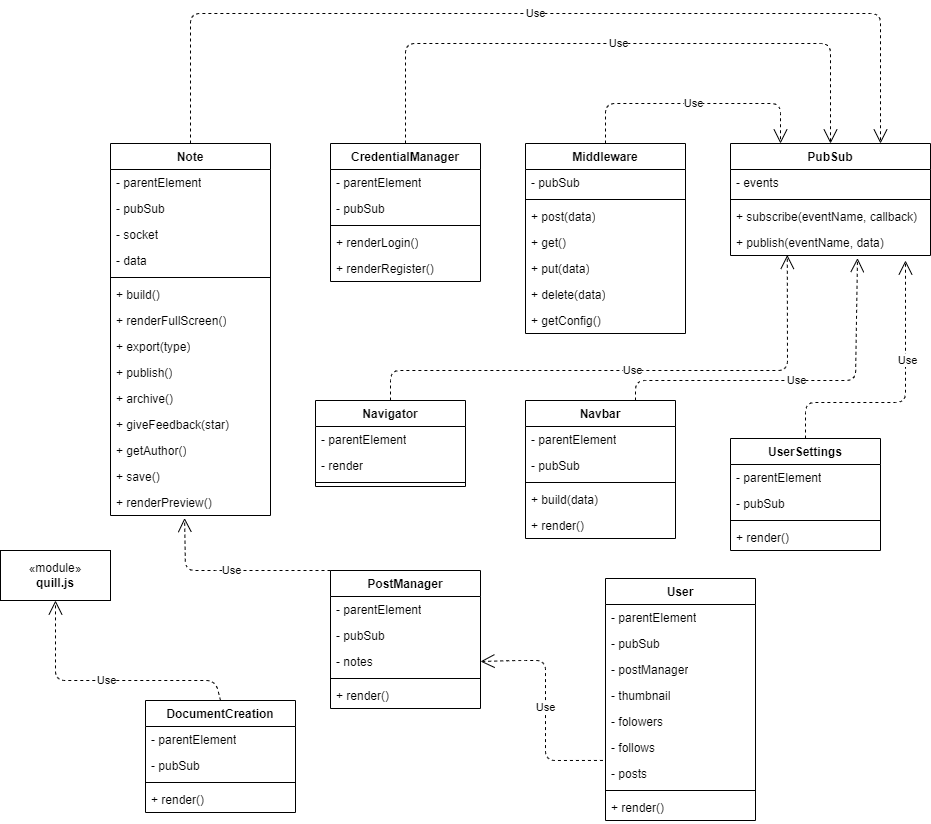
AngeloRipamonti/5C_RipamontiAvvedutoKotisCinquetti_PortaleAppunti keeps this draw.io diagram as assets/schemas/diagrams/SchemaOggetti.drawio.png. Above is the earlier version. Source tidied: cells renumbered, new cells last; positions are measured from the earlier drawing's top-left corner, leaving out a move shared by most shapes.
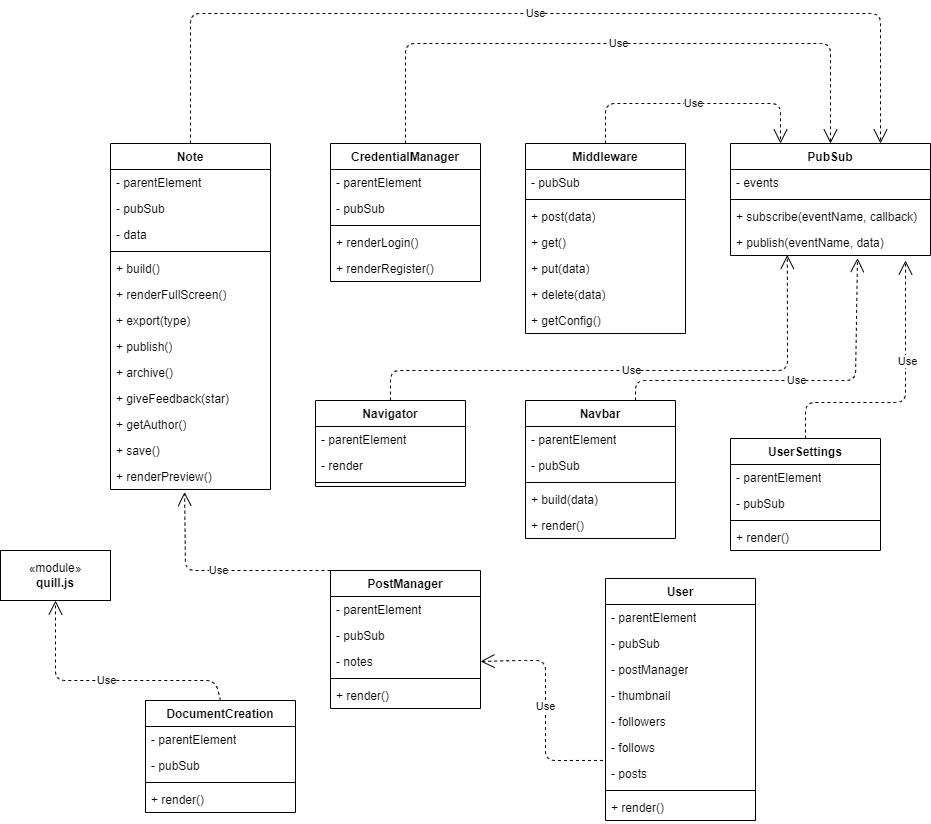
Above is the later version.

What changed in the source:
```diff
@@ -3,7 +3,7 @@
     <mxCell id="0" />
     <mxCell id="1" parent="0" />
     <mxCell id="2" value="Note" style="swimlane;fontStyle=1;align=center;verticalAlign=top;horizontal=1;startSize=26;whiteSpace=wrap;html=1;" parent="1" vertex="1">
-      <mxGeometry x="110" y="130" width="160" height="372" as="geometry" />
+      <mxGeometry x="110" y="130" width="160" height="346" as="geometry" />
     </mxCell>
     <mxCell id="3" value="- parentElement" style="text;strokeColor=none;fillColor=none;align=left;verticalAlign=top;spacingLeft=4;spacingRight=4;overflow=hidden;whiteSpace=wrap;html=1;" parent="2" vertex="1">
       <mxGeometry y="26" width="160" height="26" as="geometry" />
@@ -11,41 +11,38 @@
     <mxCell id="4" value="- pubSub" style="text;strokeColor=none;fillColor=none;align=left;verticalAlign=top;spacingLeft=4;spacingRight=4;overflow=hidden;whiteSpace=wrap;html=1;" parent="2" vertex="1">
       <mxGeometry y="52" width="160" height="26" as="geometry" />
     </mxCell>
-    <mxCell id="5" value="- socket" style="text;strokeColor=none;fillColor=none;align=left;verticalAlign=top;spacingLeft=4;spacingRight=4;overflow=hidden;whiteSpace=wrap;html=1;" parent="2" vertex="1">
-      <mxGeometry y="78" width="160" height="26" as="geometry" />
-    </mxCell>
     <mxCell id="6" value="- data" style="text;strokeColor=none;fillColor=none;align=left;verticalAlign=top;spacingLeft=4;spacingRight=4;overflow=hidden;whiteSpace=wrap;html=1;" parent="2" vertex="1">
-      <mxGeometry y="104" width="160" height="26" as="geometry" />
+      <mxGeometry y="78" width="160" height="26" as="geometry" />
     </mxCell>
     <mxCell id="7" style="line;strokeWidth=1;fillColor=none;align=left;verticalAlign=middle;spacingTop=-1;spacingLeft=3;spacingRight=3;labelPosition=right;strokeColor=inherit;" parent="2" vertex="1">
-      <mxGeometry y="130" width="160" height="8" as="geometry" />
+      <mxGeometry y="104" width="160" height="8" as="geometry" />
     </mxCell>
     <mxCell id="8" value="+ build()" style="text;strokeColor=none;fillColor=none;align=left;verticalAlign=top;spacingLeft=4;spacingRight=4;overflow=hidden;whiteSpace=wrap;html=1;" parent="2" vertex="1">
-      <mxGeometry y="138" width="160" height="26" as="geometry" />
+      <mxGeometry y="112" width="160" height="26" as="geometry" />
     </mxCell>
     <mxCell id="9" value="+ renderFullScreen()" style="text;strokeColor=none;fillColor=none;align=left;verticalAlign=top;spacingLeft=4;spacingRight=4;overflow=hidden;whiteSpace=wrap;html=1;" parent="2" vertex="1">
-      <mxGeometry y="164" width="160" height="26" as="geometry" />
+      <mxGeometry y="138" width="160" height="26" as="geometry" />
     </mxCell>
     <mxCell id="10" value="+ export(type)" style="text;strokeColor=none;fillColor=none;align=left;verticalAlign=top;spacingLeft=4;spacingRight=4;overflow=hidden;whiteSpace=wrap;html=1;" parent="2" vertex="1">
-      <mxGeometry y="190" width="160" height="26" as="geometry" />
+      <mxGeometry y="164" width="160" height="26" as="geometry" />
     </mxCell>
     <mxCell id="11" value="+ publish()" style="text;strokeColor=none;fillColor=none;align=left;verticalAlign=top;spacingLeft=4;spacingRight=4;overflow=hidden;whiteSpace=wrap;html=1;" parent="2" vertex="1">
-      <mxGeometry y="216" width="160" height="26" as="geometry" />
+      <mxGeometry y="190" width="160" height="26" as="geometry" />
     </mxCell>
     <mxCell id="12" value="+ archive()" style="text;strokeColor=none;fillColor=none;align=left;verticalAlign=top;spacingLeft=4;spacingRight=4;overflow=hidden;whiteSpace=wrap;html=1;" parent="2" vertex="1">
-      <mxGeometry y="242" width="160" height="26" as="geometry" />
+      <mxGeometry y="216" width="160" height="26" as="geometry" />
     </mxCell>
     <mxCell id="13" value="+ giveFeedback(star)" style="text;strokeColor=none;fillColor=none;align=left;verticalAlign=top;spacingLeft=4;spacingRight=4;overflow=hidden;whiteSpace=wrap;html=1;" parent="2" vertex="1">
-      <mxGeometry y="268" width="160" height="26" as="geometry" />
+      <mxGeometry y="242" width="160" height="26" as="geometry" />
     </mxCell>
     <mxCell id="14" value="+ getAuthor()" style="text;strokeColor=none;fillColor=none;align=left;verticalAlign=top;spacingLeft=4;spacingRight=4;overflow=hidden;whiteSpace=wrap;html=1;" parent="2" vertex="1">
-      <mxGeometry y="294" width="160" height="26" as="geometry" />
+      <mxGeometry y="268" width="160" height="26" as="geometry" />
     </mxCell>
     <mxCell id="15" value="+ save()" style="text;strokeColor=none;fillColor=none;align=left;verticalAlign=top;spacingLeft=4;spacingRight=4;overflow=hidden;whiteSpace=wrap;html=1;" parent="2" vertex="1">
-      <mxGeometry y="320" width="160" height="26" as="geometry" />
+      <mxGeometry y="294" width="160" height="26" as="geometry" />
     </mxCell>
     <mxCell id="16" value="+ renderPreview()" style="text;strokeColor=none;fillColor=none;align=left;verticalAlign=top;spacingLeft=4;spacingRight=4;overflow=hidden;points=[[0,0.5],[1,0.5]];portConstraint=eastwest;whiteSpace=wrap;html=1;" parent="2" vertex="1">
-      <mxGeometry y="346" width="160" height="26" as="geometry" />
+      <mxGeometry y="320" width="160" height="26" as="geometry" />
     </mxCell>
     <mxCell id="17" value="CredentialManager" style="swimlane;fontStyle=1;align=center;verticalAlign=top;horizontal=1;startSize=26;whiteSpace=wrap;html=1;" parent="1" vertex="1">
       <mxGeometry x="330" y="130" width="150" height="138" as="geometry" />
@@ -242,7 +239,7 @@
     <mxCell id="68" value="- thumbnail" style="text;strokeColor=none;fillColor=none;align=left;verticalAlign=top;spacingLeft=4;spacingRight=4;overflow=hidden;whiteSpace=wrap;html=1;" parent="64" vertex="1">
       <mxGeometry y="104" width="150" height="26" as="geometry" />
     </mxCell>
-    <mxCell id="69" value="- folowers" style="text;strokeColor=none;fillColor=none;align=left;verticalAlign=top;spacingLeft=4;spacingRight=4;overflow=hidden;whiteSpace=wrap;html=1;" parent="64" vertex="1">
+    <mxCell id="69" value="- followers" style="text;strokeColor=none;fillColor=none;align=left;verticalAlign=top;spacingLeft=4;spacingRight=4;overflow=hidden;whiteSpace=wrap;html=1;" parent="64" vertex="1">
       <mxGeometry y="130" width="150" height="26" as="geometry" />
     </mxCell>
     <mxCell id="70" value="- follows" style="text;strokeColor=none;fillColor=none;align=left;verticalAlign=top;spacingLeft=4;spacingRight=4;overflow=hidden;points=[[0,0.5],[1,0.5]];portConstraint=eastwest;whiteSpace=wrap;html=1;" parent="64" vertex="1">
```
